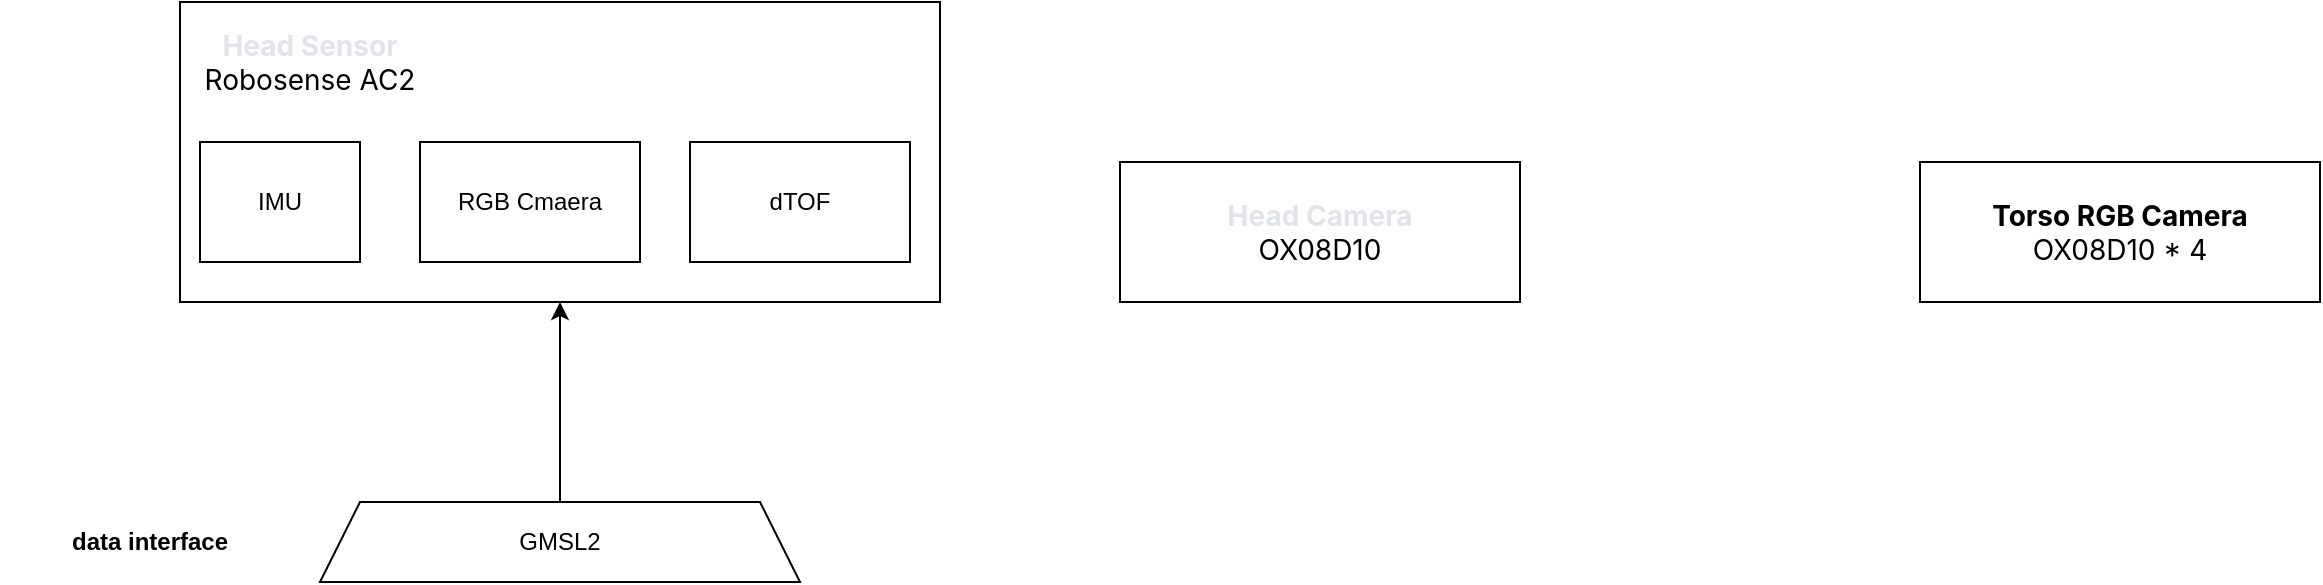
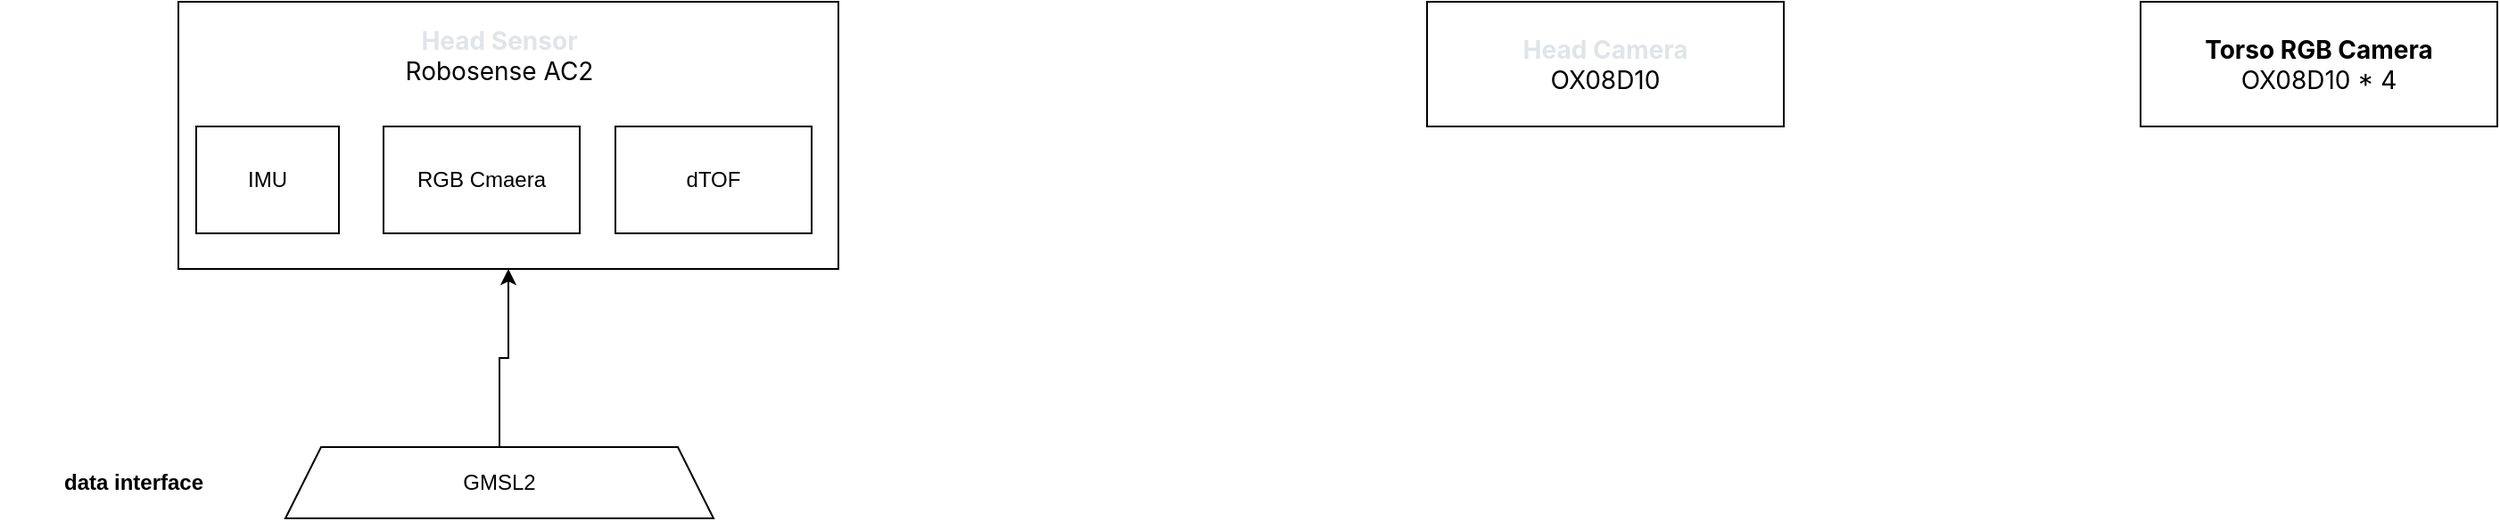
<mxfile host="app.diagrams.net">
  <diagram name="传感器整理" id="LXRXHt9DRMbfsnbOX2XS">
    <mxGraphModel dx="1947" dy="734" grid="1" gridSize="10" guides="1" tooltips="1" connect="1" arrows="1" fold="1" page="1" pageScale="1" pageWidth="827" pageHeight="1169" math="0" shadow="0">
      <root>
        <mxCell id="0" />
        <mxCell id="1" parent="0" />
        <mxCell id="if_Ictj8y_H9tt94Ulmm-2" parent="1" style="rounded=0;whiteSpace=wrap;html=1;" value="" vertex="1">
-           <mxGeometry height="150" width="380" x="-380" y="130" as="geometry" />
+           <mxGeometry height="150" width="370" x="-610" y="210" as="geometry" />
        </mxCell>
        <mxCell id="if_Ictj8y_H9tt94Ulmm-3" parent="1" style="rounded=0;whiteSpace=wrap;html=1;align=center;" value="&lt;div style=&quot;&quot;&gt;&lt;span style=&quot;font-family: -apple-system, BlinkMacSystemFont, &amp;quot;Segoe WPC&amp;quot;, &amp;quot;Segoe UI&amp;quot;, system-ui, Ubuntu, &amp;quot;Droid Sans&amp;quot;, sans-serif; font-size: 14px;&quot;&gt;&lt;b&gt;Torso RGB Camera&lt;/b&gt;&lt;/span&gt;&lt;span style=&quot;background-color: transparent; color: light-dark(rgb(0, 0, 0), rgb(255, 255, 255)); font-size: 14px;&quot;&gt;&lt;font face=&quot;-apple-system, BlinkMacSystemFont, Segoe WPC, Segoe UI, system-ui, Ubuntu, Droid Sans, sans-serif&quot;&gt;&lt;/font&gt;&lt;/span&gt;&lt;/div&gt;&lt;div style=&quot;&quot;&gt;&lt;span style=&quot;background-color: transparent; color: light-dark(rgb(0, 0, 0), rgb(255, 255, 255)); font-size: 14px;&quot;&gt;&lt;font face=&quot;-apple-system, BlinkMacSystemFont, Segoe WPC, Segoe UI, system-ui, Ubuntu, Droid Sans, sans-serif&quot;&gt;OX08D10 * 4&lt;/font&gt;&lt;/span&gt;&lt;/div&gt;" vertex="1">
          <mxGeometry height="70" width="200" x="490" y="210" as="geometry" />
        </mxCell>
        <mxCell id="0J0jtPP8bCpQZUBdG7A1-1" parent="1" style="rounded=0;whiteSpace=wrap;html=1;" value="&lt;div&gt;&lt;span style=&quot;font-family: -apple-system, BlinkMacSystemFont, &amp;quot;Segoe WPC&amp;quot;, &amp;quot;Segoe UI&amp;quot;, system-ui, Ubuntu, &amp;quot;Droid Sans&amp;quot;, sans-serif; font-size: 14px; text-align: start;&quot;&gt;&lt;font style=&quot;color: light-dark(rgb(225, 228, 232), rgb(255, 255, 255));&quot;&gt;&lt;b&gt;Head Camera&lt;/b&gt;&lt;/font&gt;&lt;/span&gt;&lt;/div&gt;&lt;div&gt;&lt;span style=&quot;font-family: -apple-system, BlinkMacSystemFont, &amp;quot;Segoe WPC&amp;quot;, &amp;quot;Segoe UI&amp;quot;, system-ui, Ubuntu, &amp;quot;Droid Sans&amp;quot;, sans-serif; font-size: 14px; text-align: start;&quot;&gt;OX08D10&lt;/span&gt;&lt;/div&gt;" vertex="1">
          <mxGeometry height="70" width="200" x="90" y="210" as="geometry" />
        </mxCell>
        <mxCell id="0J0jtPP8bCpQZUBdG7A1-2" parent="1" style="rounded=0;whiteSpace=wrap;html=1;" value="IMU" vertex="1">
-           <mxGeometry height="60" width="80" x="-370" y="200" as="geometry" />
+           <mxGeometry height="60" width="80" x="-600" y="280" as="geometry" />
        </mxCell>
        <mxCell id="0J0jtPP8bCpQZUBdG7A1-6" parent="1" style="rounded=0;whiteSpace=wrap;html=1;" value="RGB Cmaera" vertex="1">
-           <mxGeometry height="60" width="110" x="-260" y="200" as="geometry" />
+           <mxGeometry height="60" width="110" x="-495" y="280" as="geometry" />
        </mxCell>
        <mxCell id="0J0jtPP8bCpQZUBdG7A1-8" parent="1" style="rounded=0;whiteSpace=wrap;html=1;" value="dTOF" vertex="1">
-           <mxGeometry height="60" width="110" x="-125" y="200" as="geometry" />
+           <mxGeometry height="60" width="110" x="-365" y="280" as="geometry" />
        </mxCell>
        <mxCell id="0J0jtPP8bCpQZUBdG7A1-10" parent="1" style="text;html=1;whiteSpace=wrap;strokeColor=none;fillColor=none;align=center;verticalAlign=middle;rounded=0;" value="&lt;div&gt;&lt;span style=&quot;font-family: -apple-system, BlinkMacSystemFont, &amp;quot;Segoe WPC&amp;quot;, &amp;quot;Segoe UI&amp;quot;, system-ui, Ubuntu, &amp;quot;Droid Sans&amp;quot;, sans-serif; font-size: 14px; text-align: start;&quot;&gt;&lt;font style=&quot;color: light-dark(rgb(225, 228, 232), rgb(255, 255, 255));&quot;&gt;&lt;b&gt;Head Sensor&lt;/b&gt;&lt;/font&gt;&lt;/span&gt;&lt;/div&gt;&lt;div&gt;&lt;span style=&quot;font-family: -apple-system, BlinkMacSystemFont, &amp;quot;Segoe WPC&amp;quot;, &amp;quot;Segoe UI&amp;quot;, system-ui, Ubuntu, &amp;quot;Droid Sans&amp;quot;, sans-serif; font-size: 14px; text-align: start;&quot;&gt;Robosense AC2&lt;/span&gt;&lt;/div&gt;" vertex="1">
-           <mxGeometry height="60" width="130" x="-380" y="130" as="geometry" />
+           <mxGeometry height="60" width="130" x="-495" y="210" as="geometry" />
        </mxCell>
        <mxCell id="0J0jtPP8bCpQZUBdG7A1-12" edge="1" parent="1" source="0J0jtPP8bCpQZUBdG7A1-11" style="edgeStyle=orthogonalEdgeStyle;rounded=0;orthogonalLoop=1;jettySize=auto;html=1;exitX=0.5;exitY=0;exitDx=0;exitDy=0;entryX=0.5;entryY=1;entryDx=0;entryDy=0;" target="if_Ictj8y_H9tt94Ulmm-2">
          <mxGeometry relative="1" as="geometry" />
        </mxCell>
        <mxCell id="0J0jtPP8bCpQZUBdG7A1-11" parent="1" style="shape=trapezoid;perimeter=trapezoidPerimeter;whiteSpace=wrap;html=1;fixedSize=1;" value="GMSL2" vertex="1">
-           <mxGeometry height="40" width="240" x="-310" y="380" as="geometry" />
+           <mxGeometry height="40" width="240" x="-550" y="460" as="geometry" />
        </mxCell>
        <mxCell id="0J0jtPP8bCpQZUBdG7A1-13" parent="1" style="text;html=1;whiteSpace=wrap;strokeColor=none;fillColor=none;align=center;verticalAlign=middle;rounded=0;" value="&lt;b&gt;data interface&lt;/b&gt;" vertex="1">
-           <mxGeometry height="40" width="150" x="-470" y="380" as="geometry" />
+           <mxGeometry height="40" width="150" x="-710" y="460" as="geometry" />
        </mxCell>
      </root>
    </mxGraphModel>
  </diagram>
</mxfile>
